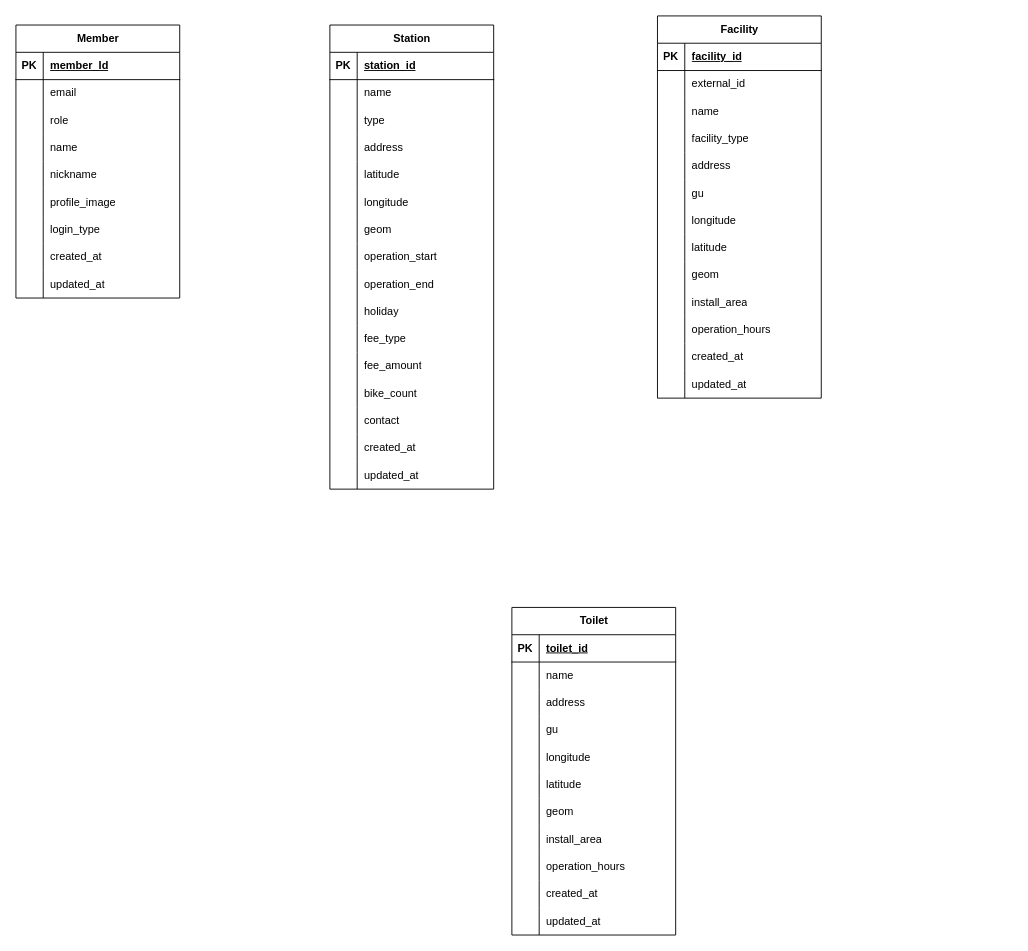
Earlier version of the draw.io diagram SessakBoriERD.drawio (2025-All4Land-RideOn/ERD). Source tidied: cells renumbered, new cells numbered last; positions are measured from the earlier drawing's top-left corner, leaving out a move shared by most shapes. Both pictures are drawn from the tidied source at 91%, with x=0, y=0 at pixel (15, 15).
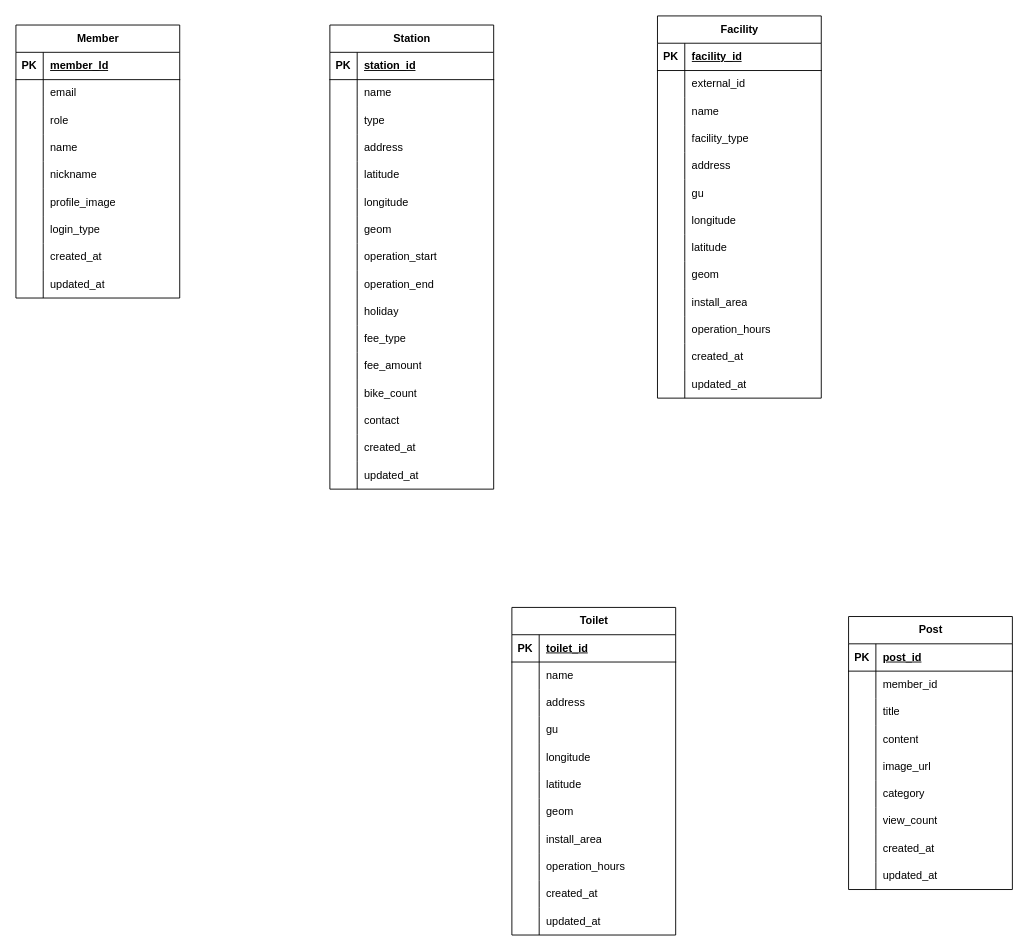
The same page after the edit.

Commit message:
docs: 게시글(Post) 테이블 설계

Diff of the diagram source:
```diff
@@
+    <mxCell id="153" value="Post" style="shape=table;startSize=30;childLayout=tableLayout;rowLines=0;fontStyle=1;align=center;html=1;" parent="1" vertex="1">
+      <mxGeometry x="915" y="660" width="180" height="300" as="geometry" />
+    </mxCell>
+    <mxCell id="154" style="shape=tableRow;horizontal=0;startSize=0;swimlaneHead=0;swimlaneBody=0;fillColor=none;top=0;left=0;right=0;bottom=1;" parent="153" vertex="1">
+      <mxGeometry y="30" width="180" height="30" as="geometry" />
+    </mxCell>
+    <mxCell id="155" value="PK" style="shape=partialRectangle;fillColor=none;top=0;left=0;bottom=0;right=0;fontStyle=1;overflow=hidden;whiteSpace=wrap;html=1;" parent="154" vertex="1">
+      <mxGeometry width="30" height="30" as="geometry" />
+    </mxCell>
+    <mxCell id="156" value="post_id" style="shape=partialRectangle;fillColor=none;top=0;left=0;bottom=0;right=0;align=left;spacingLeft=6;fontStyle=5;overflow=hidden;whiteSpace=wrap;html=1;" parent="154" vertex="1">
+      <mxGeometry x="30" width="150" height="30" as="geometry" />
+    </mxCell>
+    <mxCell id="157" style="shape=tableRow;horizontal=0;startSize=0;swimlaneHead=0;swimlaneBody=0;fillColor=none;top=0;left=0;right=0;bottom=0;" parent="153" vertex="1">
+      <mxGeometry y="60" width="180" height="30" as="geometry" />
+    </mxCell>
+    <mxCell id="158" style="shape=partialRectangle;fillColor=none;top=0;left=0;bottom=0;right=0;overflow=hidden;whiteSpace=wrap;html=1;" parent="157" vertex="1">
+      <mxGeometry width="30" height="30" as="geometry" />
+    </mxCell>
+    <mxCell id="159" value="member_id" style="shape=partialRectangle;fillColor=none;top=0;left=0;bottom=0;right=0;align=left;spacingLeft=6;overflow=hidden;whiteSpace=wrap;html=1;" parent="157" vertex="1">
+      <mxGeometry x="30" width="150" height="30" as="geometry" />
+    </mxCell>
+    <mxCell id="160" style="shape=tableRow;horizontal=0;startSize=0;swimlaneHead=0;swimlaneBody=0;fillColor=none;top=0;left=0;right=0;bottom=0;" parent="153" vertex="1">
+      <mxGeometry y="90" width="180" height="30" as="geometry" />
+    </mxCell>
+    <mxCell id="161" style="shape=partialRectangle;fillColor=none;top=0;left=0;bottom=0;right=0;overflow=hidden;whiteSpace=wrap;html=1;" parent="160" vertex="1">
+      <mxGeometry width="30" height="30" as="geometry" />
+    </mxCell>
+    <mxCell id="162" value="title" style="shape=partialRectangle;fillColor=none;top=0;left=0;bottom=0;right=0;align=left;spacingLeft=6;overflow=hidden;whiteSpace=wrap;html=1;" parent="160" vertex="1">
+      <mxGeometry x="30" width="150" height="30" as="geometry" />
+    </mxCell>
+    <mxCell id="163" style="shape=tableRow;horizontal=0;startSize=0;swimlaneHead=0;swimlaneBody=0;fillColor=none;top=0;left=0;right=0;bottom=0;" parent="153" vertex="1">
+      <mxGeometry y="120" width="180" height="30" as="geometry" />
+    </mxCell>
+    <mxCell id="164" style="shape=partialRectangle;fillColor=none;top=0;left=0;bottom=0;right=0;overflow=hidden;whiteSpace=wrap;html=1;" parent="163" vertex="1">
+      <mxGeometry width="30" height="30" as="geometry" />
+    </mxCell>
+    <mxCell id="165" value="content" style="shape=partialRectangle;fillColor=none;top=0;left=0;bottom=0;right=0;align=left;spacingLeft=6;overflow=hidden;whiteSpace=wrap;html=1;" parent="163" vertex="1">
+      <mxGeometry x="30" width="150" height="30" as="geometry" />
+    </mxCell>
+    <mxCell id="166" style="shape=tableRow;horizontal=0;startSize=0;swimlaneHead=0;swimlaneBody=0;fillColor=none;top=0;left=0;right=0;bottom=0;" parent="153" vertex="1">
+      <mxGeometry y="150" width="180" height="30" as="geometry" />
+    </mxCell>
+    <mxCell id="167" style="shape=partialRectangle;fillColor=none;top=0;left=0;bottom=0;right=0;overflow=hidden;whiteSpace=wrap;html=1;" parent="166" vertex="1">
+      <mxGeometry width="30" height="30" as="geometry" />
+    </mxCell>
+    <mxCell id="168" value="image_url" style="shape=partialRectangle;fillColor=none;top=0;left=0;bottom=0;right=0;align=left;spacingLeft=6;overflow=hidden;whiteSpace=wrap;html=1;" parent="166" vertex="1">
+      <mxGeometry x="30" width="150" height="30" as="geometry" />
+    </mxCell>
+    <mxCell id="169" style="shape=tableRow;horizontal=0;startSize=0;swimlaneHead=0;swimlaneBody=0;fillColor=none;top=0;left=0;right=0;bottom=0;" parent="153" vertex="1">
+      <mxGeometry y="180" width="180" height="30" as="geometry" />
+    </mxCell>
+    <mxCell id="170" style="shape=partialRectangle;fillColor=none;top=0;left=0;bottom=0;right=0;overflow=hidden;whiteSpace=wrap;html=1;" parent="169" vertex="1">
+      <mxGeometry width="30" height="30" as="geometry" />
+    </mxCell>
+    <mxCell id="171" value="category" style="shape=partialRectangle;fillColor=none;top=0;left=0;bottom=0;right=0;align=left;spacingLeft=6;overflow=hidden;whiteSpace=wrap;html=1;" parent="169" vertex="1">
+      <mxGeometry x="30" width="150" height="30" as="geometry" />
+    </mxCell>
+    <mxCell id="172" style="shape=tableRow;horizontal=0;startSize=0;swimlaneHead=0;swimlaneBody=0;fillColor=none;top=0;left=0;right=0;bottom=0;" parent="153" vertex="1">
+      <mxGeometry y="210" width="180" height="30" as="geometry" />
+    </mxCell>
+    <mxCell id="173" style="shape=partialRectangle;fillColor=none;top=0;left=0;bottom=0;right=0;overflow=hidden;whiteSpace=wrap;html=1;" parent="172" vertex="1">
+      <mxGeometry width="30" height="30" as="geometry" />
+    </mxCell>
+    <mxCell id="174" value="view_count" style="shape=partialRectangle;fillColor=none;top=0;left=0;bottom=0;right=0;align=left;spacingLeft=6;overflow=hidden;whiteSpace=wrap;html=1;" parent="172" vertex="1">
+      <mxGeometry x="30" width="150" height="30" as="geometry" />
+    </mxCell>
+    <mxCell id="175" style="shape=tableRow;horizontal=0;startSize=0;swimlaneHead=0;swimlaneBody=0;fillColor=none;top=0;left=0;right=0;bottom=0;" parent="153" vertex="1">
+      <mxGeometry y="240" width="180" height="30" as="geometry" />
+    </mxCell>
+    <mxCell id="176" style="shape=partialRectangle;fillColor=none;top=0;left=0;bottom=0;right=0;overflow=hidden;whiteSpace=wrap;html=1;" parent="175" vertex="1">
+      <mxGeometry width="30" height="30" as="geometry" />
+    </mxCell>
+    <mxCell id="177" value="created_at" style="shape=partialRectangle;fillColor=none;top=0;left=0;bottom=0;right=0;align=left;spacingLeft=6;overflow=hidden;whiteSpace=wrap;html=1;" parent="175" vertex="1">
+      <mxGeometry x="30" width="150" height="30" as="geometry" />
+    </mxCell>
+    <mxCell id="178" style="shape=tableRow;horizontal=0;startSize=0;swimlaneHead=0;swimlaneBody=0;fillColor=none;top=0;left=0;right=0;bottom=0;" parent="153" vertex="1">
+      <mxGeometry y="270" width="180" height="30" as="geometry" />
+    </mxCell>
+    <mxCell id="179" style="shape=partialRectangle;fillColor=none;top=0;left=0;bottom=0;right=0;overflow=hidden;whiteSpace=wrap;html=1;" parent="178" vertex="1">
+      <mxGeometry width="30" height="30" as="geometry" />
+    </mxCell>
+    <mxCell id="180" value="updated_at" style="shape=partialRectangle;fillColor=none;top=0;left=0;bottom=0;right=0;align=left;spacingLeft=6;overflow=hidden;whiteSpace=wrap;html=1;" parent="178" vertex="1">
+      <mxGeometry x="30" width="150" height="30" as="geometry" />
+    </mxCell>
```
